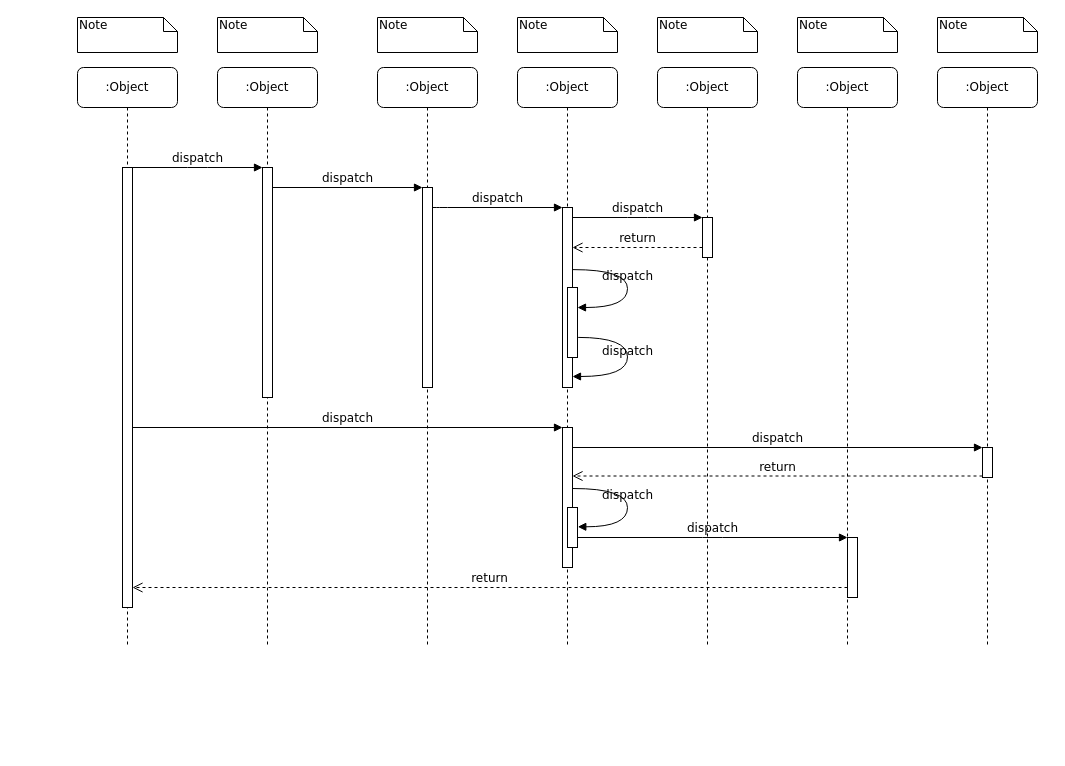
The draw.io diagram 4 практическая АКМ.drawio in Merfarion/Diagrams-and-schemes, before the edit. Source tidied: cells renumbered, new cells numbered last; positions are measured from the earlier drawing's top-left corner, leaving out a move shared by most shapes. Both pictures are drawn from the tidied source at 100%, with x=0, y=0 at pixel (77, 17).
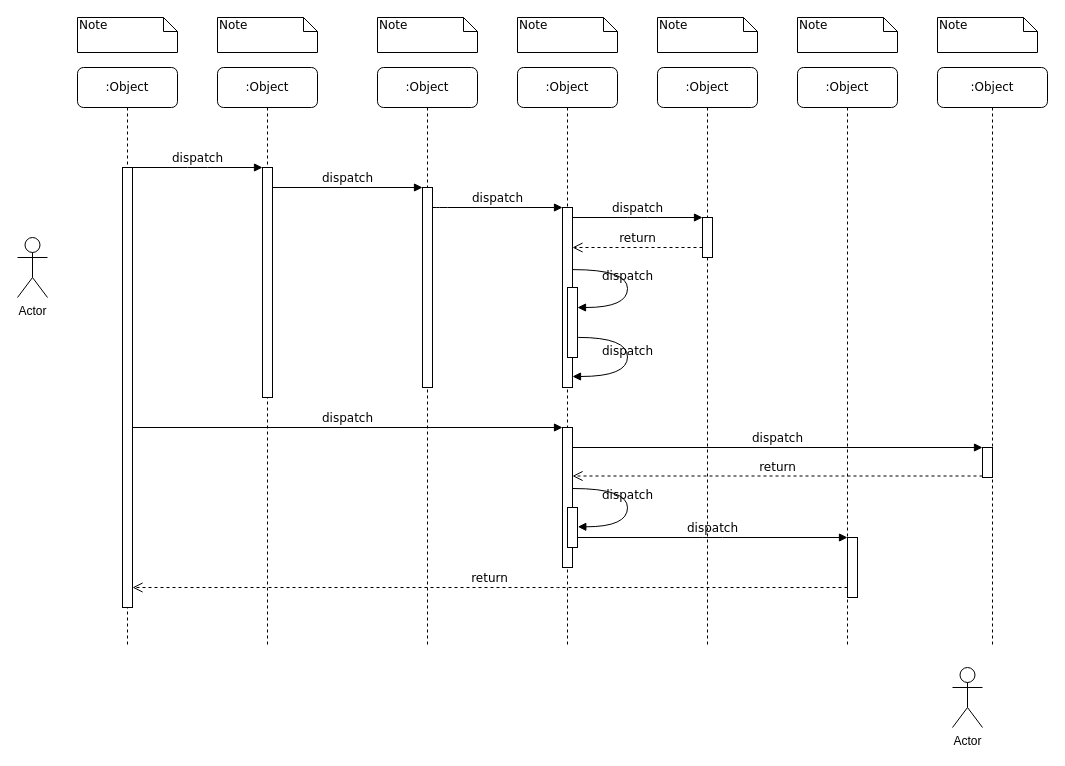
After the change.

The edit, as a diff of the source:
```diff
@@
     <mxCell id="9" value=":Object" style="shape=umlLifeline;perimeter=lifelinePerimeter;whiteSpace=wrap;html=1;rounded=1;shadow=0;comic=0;labelBackgroundColor=none;strokeWidth=1;fontFamily=Verdana;fontSize=12;align=center;" parent="1" vertex="1">
-      <mxGeometry x="860" y="50" width="100" height="580" as="geometry" />
+      <mxGeometry x="860" y="50" width="110" height="580" as="geometry" />
     </mxCell>
@@
+    <mxCell id="39" value="Actor" style="shape=umlActor;verticalLabelPosition=bottom;verticalAlign=top;html=1;" parent="1" vertex="1">
+      <mxGeometry x="-60" y="220" width="30" height="60" as="geometry" />
+    </mxCell>
+    <mxCell id="40" value="Actor" style="shape=umlActor;verticalLabelPosition=bottom;verticalAlign=top;html=1;" parent="1" vertex="1">
+      <mxGeometry x="875" y="650" width="30" height="60" as="geometry" />
+    </mxCell>
```
